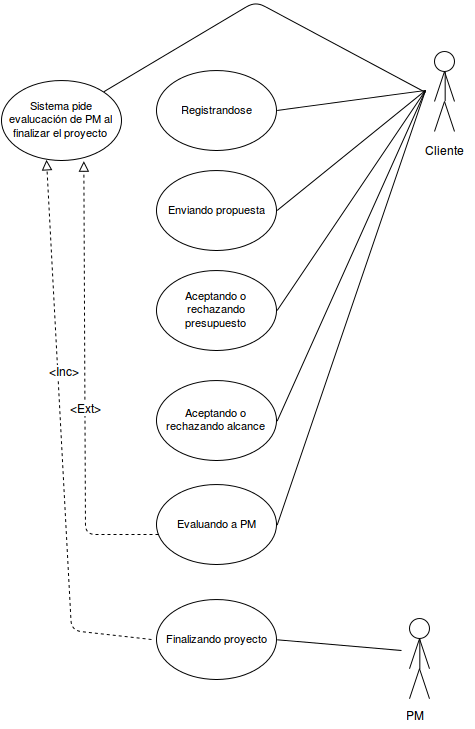
Earlier version of the draw.io export latex/imagenes/CasosDeUsoCliente.png (FlyingPumba/tp2-inge1). Source tidied: cells renumbered, new cells last; positions are measured from the earlier drawing's top-left corner, leaving out a move shared by most shapes.
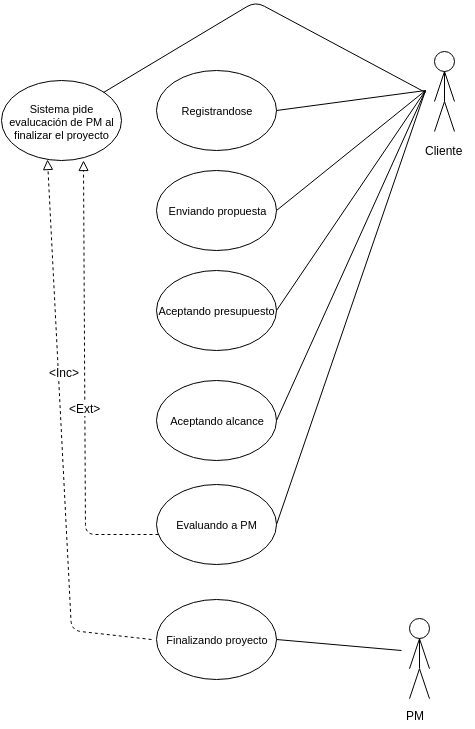
After the commit.

Commit message:
Cambio aceptando o rechazando en diagrama

The edit, as a diff of the source:
```diff
@@ -4,7 +4,7 @@
     <mxCell id="1" parent="0" />
     <mxCell id="2" style="edgeStyle=orthogonalEdgeStyle;rounded=0;html=1;exitX=0.5;exitY=1;endArrow=none;endFill=0;jettySize=auto;" parent="1" edge="1" source="3">
       <mxGeometry x="2013" y="-3299" as="geometry">
-        <mxPoint x="443.7" y="99.7" as="targetPoint" />
+        <mxPoint x="443" y="100" as="targetPoint" />
       </mxGeometry>
     </mxCell>
     <mxCell id="3" style="ellipse;whiteSpace=wrap;html=1;" parent="1" vertex="1">
@@ -37,10 +37,10 @@
     <mxCell id="8" value="Cliente" style="text;html=1;align=left;verticalAlign=top;spacingTop=-4;" parent="1" vertex="1">
       <mxGeometry x="422" y="140" width="50" height="20" as="geometry" />
     </mxCell>
-    <mxCell id="9" value="&lt;span&gt;&lt;span&gt;Aceptando o rechazando &lt;/span&gt;alcance&lt;/span&gt;&lt;br&gt;" style="ellipse;whiteSpace=wrap;html=1;fontSize=11;" parent="1" vertex="1">
+    <mxCell id="9" value="&lt;span&gt;&lt;span&gt;Aceptando&amp;nbsp;&lt;/span&gt;alcance&lt;/span&gt;&lt;br&gt;" style="ellipse;whiteSpace=wrap;html=1;fontSize=11;" parent="1" vertex="1">
       <mxGeometry x="155" y="379" width="120" height="80" as="geometry" />
     </mxCell>
-    <mxCell id="10" value="&lt;span&gt;Aceptando o rechazando presupuesto&lt;/span&gt;&lt;br&gt;" style="ellipse;whiteSpace=wrap;html=1;fontSize=11;" parent="1" vertex="1">
+    <mxCell id="10" value="&lt;span&gt;Aceptando presupuesto&lt;/span&gt;&lt;br&gt;" style="ellipse;whiteSpace=wrap;html=1;fontSize=11;" parent="1" vertex="1">
       <mxGeometry x="155" y="269" width="120" height="80" as="geometry" />
     </mxCell>
     <mxCell id="11" value="&lt;span&gt;Evaluando a PM&lt;/span&gt;&lt;br&gt;" style="ellipse;whiteSpace=wrap;html=1;fontSize=11;" parent="1" vertex="1">
@@ -61,7 +61,7 @@
     </mxCell>
     <mxCell id="15" style="edgeStyle=orthogonalEdgeStyle;rounded=0;html=1;exitX=0.5;exitY=1;endArrow=none;endFill=0;jettySize=auto;" parent="1" edge="1" source="14">
       <mxGeometry x="1988.4" y="-2731.9" as="geometry">
-        <mxPoint x="418.3" y="667.7" as="targetPoint" />
+        <mxPoint x="418" y="667" as="targetPoint" />
       </mxGeometry>
     </mxCell>
     <mxCell id="16" style="endArrow=none;html=1;endFill=0;" parent="1" edge="1">
@@ -138,7 +138,7 @@
       <mxGeometry x="0.23" y="-6" relative="1" as="geometry" />
     </mxCell>
     <mxCell id="31" value="&amp;lt;Inc&amp;gt;" style="text;html=1;align=center;verticalAlign=middle;labelBackgroundColor=#ffffff;fontSize=12;" parent="1" vertex="1">
-      <mxGeometry x="62.2" y="369.6" as="geometry" />
+      <mxGeometry x="62.8" y="369.5" as="geometry" />
     </mxCell>
     <mxCell id="32" style="endArrow=block;html=1;dashed=1;fontSize=12;exitX=0.017;exitY=0.629;exitPerimeter=0;entryX=0.681;entryY=1.002;entryPerimeter=0;endFill=0;endSize=8;" parent="1" edge="1" source="11" target="21">
       <mxGeometry x="1652" y="-3210" as="geometry">
@@ -151,10 +151,10 @@
       <mxGeometry x="-0.11" relative="1" as="geometry" />
     </mxCell>
     <mxCell id="34" value="&amp;lt;Ext&amp;gt;" style="text;html=1;align=center;verticalAlign=middle;labelBackgroundColor=#ffffff;fontSize=12;" parent="1" vertex="1">
-      <mxGeometry x="83.4" y="406" as="geometry" />
+      <mxGeometry x="83.3" y="406" as="geometry" />
     </mxCell>
     <mxCell id="35" style="rounded=0;html=1;exitX=1;exitY=0.5;endArrow=none;endFill=0;jettySize=auto;fontSize=14;" parent="1" edge="1" source="27">
-      <mxGeometry x="1845.7" y="-2730.7" as="geometry">
+      <mxGeometry x="1845" y="-2731" as="geometry">
         <mxPoint x="400" y="649" as="targetPoint" />
       </mxGeometry>
     </mxCell>
```
